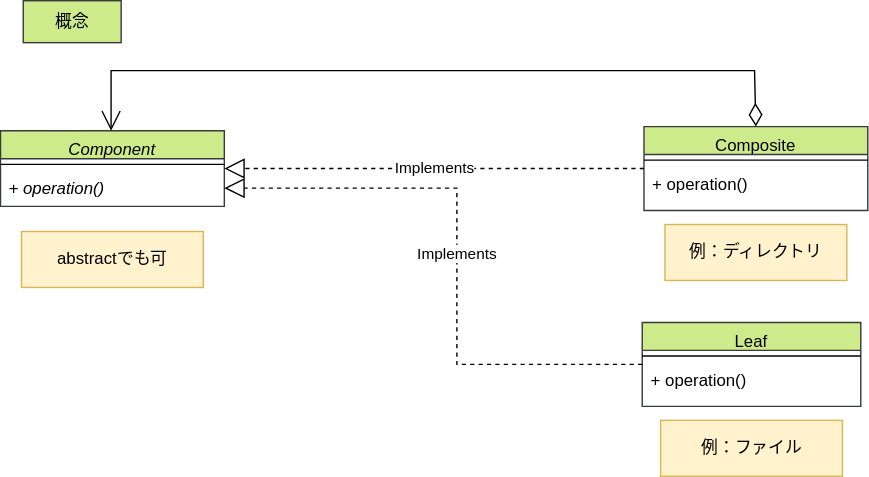
The draw.io diagram drawio/composite/composite_concept.drawio.svg in go-to-k/cdk-gof-design-pattern, before a commit. Source tidied: cells renumbered, new cells last; positions are measured from the earlier drawing's top-left corner, leaving out a move shared by most shapes.
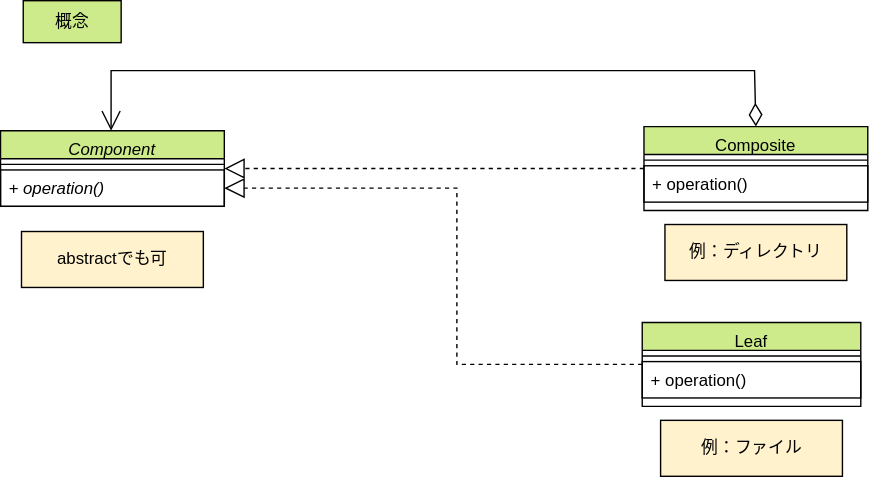
Later version of the same file.

Change to the diagram source:
```diff
@@ -1,38 +1,38 @@
-<mxGraphModel>
+<mxGraphModel background="#ffffff">
   <root>
     <mxCell id="0" />
     <mxCell id="1" parent="0" />
-    <mxCell id="2" value="Leaf" style="swimlane;fontStyle=0;align=center;verticalAlign=top;horizontal=1;startSize=20;rounded=0;shadow=0;strokeWidth=1;fillColor=#cdeb8b;strokeColor=#36393d;" parent="1" vertex="1">
+    <mxCell id="2" value="Leaf" style="swimlane;fontStyle=0;align=center;verticalAlign=top;horizontal=1;startSize=20;rounded=0;shadow=0;strokeWidth=1;fillColor=#cdeb8b;strokeColor=#000000;fontColor=#000000;" parent="1" vertex="1">
       <mxGeometry x="458.5" y="230" width="156.2" height="60" as="geometry" />
     </mxCell>
-    <mxCell id="3" style="line;html=1;strokeWidth=1;align=left;verticalAlign=middle;spacingTop=-1;spacingLeft=3;spacingRight=3;labelPosition=right;" parent="2" vertex="1">
+    <mxCell id="3" style="line;html=1;strokeWidth=1;align=left;verticalAlign=middle;spacingTop=-1;spacingLeft=3;spacingRight=3;labelPosition=right;fontColor=#000000;strokeColor=#000000;" parent="2" vertex="1">
       <mxGeometry y="20" width="156.2" height="8" as="geometry" />
     </mxCell>
-    <mxCell id="4" value="+ operation()" style="text;strokeColor=none;fillColor=none;align=left;verticalAlign=top;spacingLeft=4;spacingRight=4;overflow=hidden;whiteSpace=wrap;html=1;" parent="2" vertex="1">
+    <mxCell id="4" value="+ operation()" style="text;strokeColor=#000000;fillColor=none;align=left;verticalAlign=top;spacingLeft=4;spacingRight=4;overflow=hidden;whiteSpace=wrap;html=1;fontColor=#000000;" parent="2" vertex="1">
       <mxGeometry y="28" width="156.2" height="26" as="geometry" />
     </mxCell>
-    <mxCell id="5" value="Composite" style="swimlane;fontStyle=0;align=center;verticalAlign=top;horizontal=1;startSize=20;rounded=0;shadow=0;strokeWidth=1;fillColor=#cdeb8b;strokeColor=#36393d;" parent="1" vertex="1">
+    <mxCell id="5" value="Composite" style="swimlane;fontStyle=0;align=center;verticalAlign=top;horizontal=1;startSize=20;rounded=0;shadow=0;strokeWidth=1;fillColor=#cdeb8b;strokeColor=#000000;fontColor=#000000;" parent="1" vertex="1">
       <mxGeometry x="459.8" y="90" width="160" height="60" as="geometry" />
     </mxCell>
-    <mxCell id="6" style="line;html=1;strokeWidth=1;align=left;verticalAlign=middle;spacingTop=-1;spacingLeft=3;spacingRight=3;labelPosition=right;" parent="5" vertex="1">
+    <mxCell id="6" style="line;html=1;strokeWidth=1;align=left;verticalAlign=middle;spacingTop=-1;spacingLeft=3;spacingRight=3;labelPosition=right;fontColor=#000000;strokeColor=#000000;" parent="5" vertex="1">
       <mxGeometry y="20" width="160" height="8" as="geometry" />
     </mxCell>
-    <mxCell id="7" value="+ operation()" style="text;strokeColor=none;fillColor=none;align=left;verticalAlign=top;spacingLeft=4;spacingRight=4;overflow=hidden;whiteSpace=wrap;html=1;" parent="5" vertex="1">
+    <mxCell id="7" value="+ operation()" style="text;strokeColor=#000000;fillColor=none;align=left;verticalAlign=top;spacingLeft=4;spacingRight=4;overflow=hidden;whiteSpace=wrap;html=1;fontColor=#000000;" parent="5" vertex="1">
       <mxGeometry y="28" width="160" height="26" as="geometry" />
     </mxCell>
-    <mxCell id="8" value="Component" style="swimlane;fontStyle=2;align=center;verticalAlign=top;horizontal=1;startSize=20;rounded=0;shadow=0;strokeWidth=1;fillColor=#cdeb8b;strokeColor=#36393d;" parent="1" vertex="1">
+    <mxCell id="8" value="Component" style="swimlane;fontStyle=2;align=center;verticalAlign=top;horizontal=1;startSize=20;rounded=0;shadow=0;strokeWidth=1;fillColor=#cdeb8b;strokeColor=#000000;fontColor=#000000;" parent="1" vertex="1">
       <mxGeometry x="-0.2" y="93" width="160" height="54" as="geometry" />
     </mxCell>
-    <mxCell id="9" style="line;html=1;strokeWidth=1;align=left;verticalAlign=middle;spacingTop=-1;spacingLeft=3;spacingRight=3;labelPosition=right;" parent="8" vertex="1">
+    <mxCell id="9" style="line;html=1;strokeWidth=1;align=left;verticalAlign=middle;spacingTop=-1;spacingLeft=3;spacingRight=3;labelPosition=right;fontColor=#000000;strokeColor=#000000;" parent="8" vertex="1">
       <mxGeometry y="20" width="160" height="8" as="geometry" />
     </mxCell>
-    <mxCell id="10" value="&lt;i&gt;+ operation()&lt;/i&gt;" style="text;strokeColor=none;fillColor=none;align=left;verticalAlign=top;spacingLeft=4;spacingRight=4;overflow=hidden;points=[[0,0.5],[1,0.5]];portConstraint=eastwest;whiteSpace=wrap;html=1;" parent="8" vertex="1">
+    <mxCell id="10" value="&lt;i&gt;+ operation()&lt;/i&gt;" style="text;strokeColor=#000000;fillColor=none;align=left;verticalAlign=top;spacingLeft=4;spacingRight=4;overflow=hidden;points=[[0,0.5],[1,0.5]];portConstraint=eastwest;whiteSpace=wrap;html=1;fontColor=#000000;" parent="8" vertex="1">
       <mxGeometry y="28" width="160" height="26" as="geometry" />
     </mxCell>
-    <mxCell id="11" value="Implements" style="endArrow=block;dashed=1;endFill=0;endSize=12;html=1;rounded=0;entryX=1;entryY=0.5;entryDx=0;entryDy=0;exitX=0;exitY=0.5;exitDx=0;exitDy=0;" parent="1" edge="1" source="5" target="8">
+    <mxCell id="11" style="endArrow=block;dashed=1;endFill=0;endSize=12;html=1;rounded=0;entryX=1;entryY=0.5;entryDx=0;entryDy=0;exitX=0;exitY=0.5;exitDx=0;exitDy=0;fontColor=#000000;strokeColor=#000000;labelBackgroundColor=none;" parent="1" edge="1" source="5" target="8">
       <mxGeometry relative="1" as="geometry" />
     </mxCell>
-    <mxCell id="12" value="Implements" style="endArrow=block;dashed=1;endFill=0;endSize=12;html=1;rounded=0;entryX=1;entryY=0.5;entryDx=0;entryDy=0;exitX=0;exitY=0.5;exitDx=0;exitDy=0;" parent="1" edge="1" source="2" target="10">
+    <mxCell id="12" style="endArrow=block;dashed=1;endFill=0;endSize=12;html=1;rounded=0;entryX=1;entryY=0.5;entryDx=0;entryDy=0;exitX=0;exitY=0.5;exitDx=0;exitDy=0;fontColor=#000000;strokeColor=#000000;labelBackgroundColor=none;" parent="1" edge="1" source="2" target="10">
       <mxGeometry relative="1" as="geometry">
         <Array as="points">
           <mxPoint x="326" y="260" />
@@ -40,10 +40,10 @@
         </Array>
       </mxGeometry>
     </mxCell>
-    <mxCell id="13" value="abstractでも可" style="text;html=1;strokeColor=#d6b656;fillColor=#fff2cc;align=center;verticalAlign=middle;whiteSpace=wrap;rounded=0;fontColor=#000000;" parent="1" vertex="1">
+    <mxCell id="13" value="abstractでも可" style="text;html=1;strokeColor=#000000;fillColor=#fff2cc;align=center;verticalAlign=middle;whiteSpace=wrap;rounded=0;fontColor=#000000;" parent="1" vertex="1">
       <mxGeometry x="14.8" y="165" width="130" height="40" as="geometry" />
     </mxCell>
-    <mxCell id="14" style="endArrow=open;html=1;endSize=12;startArrow=diamondThin;startSize=14;startFill=0;edgeStyle=orthogonalEdgeStyle;align=left;verticalAlign=bottom;rounded=0;exitX=0.5;exitY=0;exitDx=0;exitDy=0;" parent="1" edge="1" source="5" target="8">
+    <mxCell id="14" style="endArrow=open;html=1;endSize=12;startArrow=diamondThin;startSize=14;startFill=0;edgeStyle=orthogonalEdgeStyle;align=left;verticalAlign=bottom;rounded=0;exitX=0.5;exitY=0;exitDx=0;exitDy=0;fontColor=#000000;strokeColor=#000000;" parent="1" edge="1" source="5" target="8">
       <mxGeometry x="-0.73" y="30" relative="1" as="geometry">
         <Array as="points">
           <mxPoint x="538.8" y="50" />
@@ -51,13 +51,13 @@
         </Array>
       </mxGeometry>
     </mxCell>
-    <mxCell id="15" value="例：ディレクトリ" style="text;html=1;strokeColor=#d6b656;fillColor=#fff2cc;align=center;verticalAlign=middle;whiteSpace=wrap;rounded=0;fontColor=#000000;" parent="1" vertex="1">
+    <mxCell id="15" value="例：ディレクトリ" style="text;html=1;strokeColor=#000000;fillColor=#fff2cc;align=center;verticalAlign=middle;whiteSpace=wrap;rounded=0;fontColor=#000000;" parent="1" vertex="1">
       <mxGeometry x="474.8" y="160" width="130" height="40" as="geometry" />
     </mxCell>
-    <mxCell id="16" value="例：ファイル" style="text;html=1;strokeColor=#d6b656;fillColor=#fff2cc;align=center;verticalAlign=middle;whiteSpace=wrap;rounded=0;fontColor=#000000;" parent="1" vertex="1">
+    <mxCell id="16" value="例：ファイル" style="text;html=1;strokeColor=#000000;fillColor=#fff2cc;align=center;verticalAlign=middle;whiteSpace=wrap;rounded=0;fontColor=#000000;" parent="1" vertex="1">
       <mxGeometry x="471.6" y="300" width="130" height="40" as="geometry" />
     </mxCell>
-    <mxCell id="17" value="概念" style="rounded=0;whiteSpace=wrap;html=1;fillColor=#cdeb8b;strokeColor=#36393d;" parent="1" vertex="1">
+    <mxCell id="17" value="概念" style="rounded=0;whiteSpace=wrap;html=1;fillColor=#cdeb8b;strokeColor=#000000;fontColor=#000000;" parent="1" vertex="1">
       <mxGeometry x="16" width="70" height="30" as="geometry" />
     </mxCell>
   </root>
```
